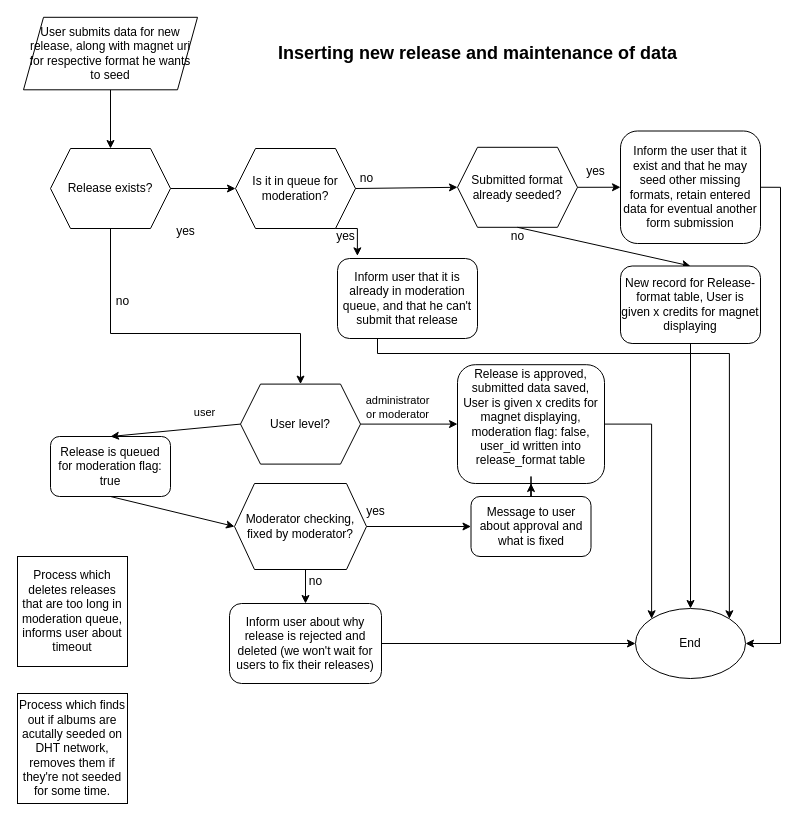
Earlier version of the draw.io diagram page "Inserting a new release" (1 of 3) of docs/Torrentech V3 - dataflow & interface.drawio (Makki977/torrentech-daemon). Source tidied: cells renumbered, new cells numbered last; positions are measured from the earlier drawing's top-left corner, leaving out a move shared by most shapes. Both pictures are drawn from the tidied source at 100%, with x=0, y=0 at pixel (17, 17).
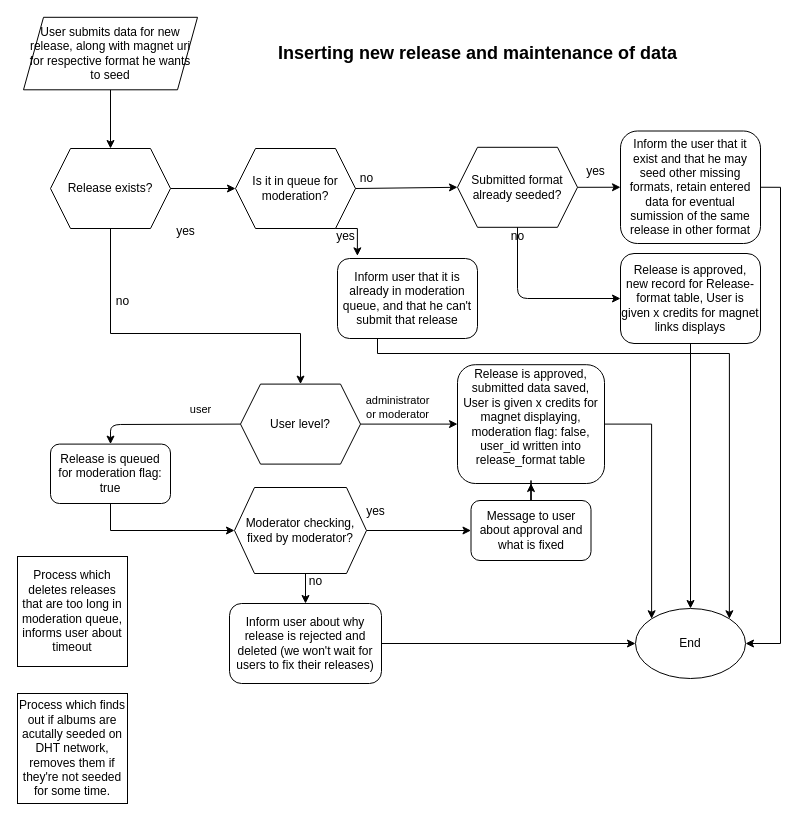
Above is the later version.

Unchanged cells that the change refers to:
```xml
<mxCell id="3" value="User level?" style="shape=hexagon;perimeter=hexagonPerimeter2;whiteSpace=wrap;html=1;fixedSize=1;" parent="1" vertex="1">
  <mxGeometry x="223" y="366.6" width="120" height="80" as="geometry" />
</mxCell>
<mxCell id="12" value="Submitted format already seeded?" style="shape=hexagon;perimeter=hexagonPerimeter2;whiteSpace=wrap;html=1;fixedSize=1;" parent="1" vertex="1">
  <mxGeometry x="440" y="129.8" width="120" height="80" as="geometry" />
</mxCell>
```

Change to the diagram source:
```diff
@@
+    <mxCell id="9" style="edgeStyle=orthogonalEdgeStyle;rounded=0;jettySize=auto;html=1;entryX=0;entryY=0.5;entryDx=0;entryDy=0;exitX=0.5;exitY=1;exitDx=0;exitDy=0;" parent="1" edge="1" source="5" target="29">
+      <mxGeometry relative="1" as="geometry" />
+    </mxCell>
     <mxCell id="5" value="Release is queued&lt;br&gt;&lt;div&gt; for moderation flag: true&lt;br&gt;&lt;/div&gt;" style="rounded=1;whiteSpace=wrap;html=1;" parent="1" vertex="1">
-      <mxGeometry x="33" y="419" width="120" height="60" as="geometry" />
+      <mxGeometry x="33" y="426.6" width="120" height="59.4" as="geometry" />
     </mxCell>
     <mxCell id="6" value="&lt;div&gt;user&lt;/div&gt;" style="endArrow=classic;html=1;entryX=0.5;entryY=0;entryDx=0;entryDy=0;exitX=0;exitY=0.5;exitDx=0;exitDy=0;" parent="1" edge="1" source="3" target="5">
       <mxGeometry x="-0.47" y="-14" relative="1" as="geometry">
+        <Array as="points">
+          <mxPoint x="93" y="407" />
+        </Array>
         <mxPoint y="-1" as="offset" />
       </mxGeometry>
     </mxCell>
@@
-    <mxCell id="9" style="endArrow=classic;html=1;exitX=0.5;exitY=1;exitDx=0;exitDy=0;entryX=0;entryY=0.5;entryDx=0;entryDy=0;" parent="1" edge="1" source="5" target="29">
-      <mxGeometry relative="1" as="geometry" />
-    </mxCell>
@@
-    <mxCell id="13" style="endArrow=classic;html=1;exitX=0.5;exitY=1;exitDx=0;exitDy=0;entryX=0.5;entryY=0;entryDx=0;entryDy=0;" parent="1" edge="1" source="12" target="43">
-      <mxGeometry relative="1" as="geometry" />
+    <mxCell id="13" style="endArrow=classic;html=1;exitX=0.5;exitY=1;exitDx=0;exitDy=0;entryX=0;entryY=0.5;entryDx=0;entryDy=0;" parent="1" edge="1" source="12" target="43">
+      <mxGeometry relative="1" as="geometry">
+        <Array as="points">
+          <mxPoint x="500" y="281" />
+        </Array>
+      </mxGeometry>
     </mxCell>
-    <mxCell id="14" value="Inform the user that it exist and that he may seed other missing formats, retain entered data for eventual another form submission" style="rounded=1;whiteSpace=wrap;html=1;" parent="1" vertex="1">
+    <mxCell id="14" value="Inform the user that it exist and that he may seed other missing formats, retain entered data for eventual sumission of the same release in other format" style="rounded=1;whiteSpace=wrap;html=1;" parent="1" vertex="1">
       <mxGeometry x="603" y="113.5" width="140" height="112.5" as="geometry" />
     </mxCell>
@@
     <mxCell id="29" value="Moderator checking, fixed by moderator?" style="shape=hexagon;perimeter=hexagonPerimeter2;whiteSpace=wrap;html=1;fixedSize=1;" parent="1" vertex="1">
-      <mxGeometry x="217" y="466" width="132" height="86" as="geometry" />
+      <mxGeometry x="217" y="470" width="132" height="86" as="geometry" />
     </mxCell>
@@
     <mxCell id="33" value="Message to user about approval and what is fixed" style="rounded=1;whiteSpace=wrap;html=1;" parent="1" vertex="1">
-      <mxGeometry x="453.5" y="479" width="120" height="60" as="geometry" />
+      <mxGeometry x="453.5" y="483" width="120" height="60" as="geometry" />
     </mxCell>
@@
-    <mxCell id="43" value="New record for Release-format table, User is given x credits for magnet displaying" style="rounded=1;whiteSpace=wrap;html=1;" parent="1" vertex="1">
-      <mxGeometry x="603" y="248.5" width="140" height="77.5" as="geometry" />
+    <mxCell id="43" value="Release is approved, new record for Release-format table, User is given x credits for magnet links displays" style="rounded=1;whiteSpace=wrap;html=1;" parent="1" vertex="1">
+      <mxGeometry x="603" y="236" width="140" height="90" as="geometry" />
     </mxCell>
```
